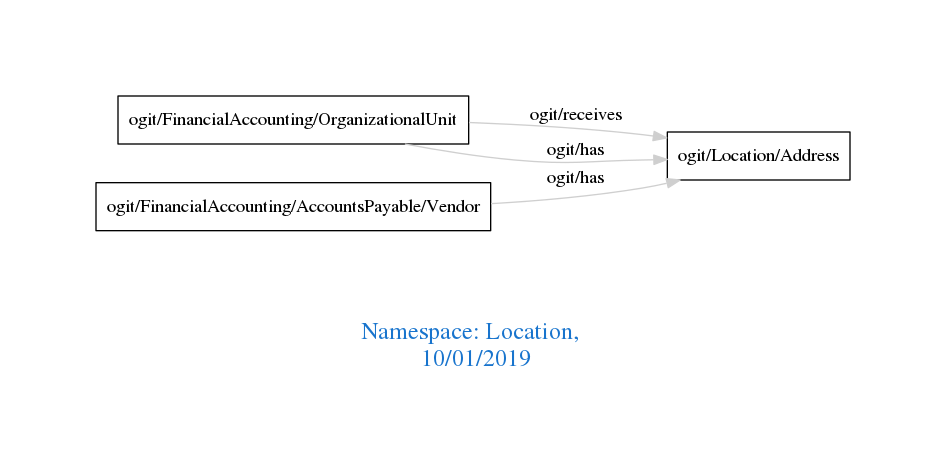
The Graphviz diagram downloads/Location.png in arago/OGIT, before a commit. Its source is kept beside it as downloads/Location.dot.
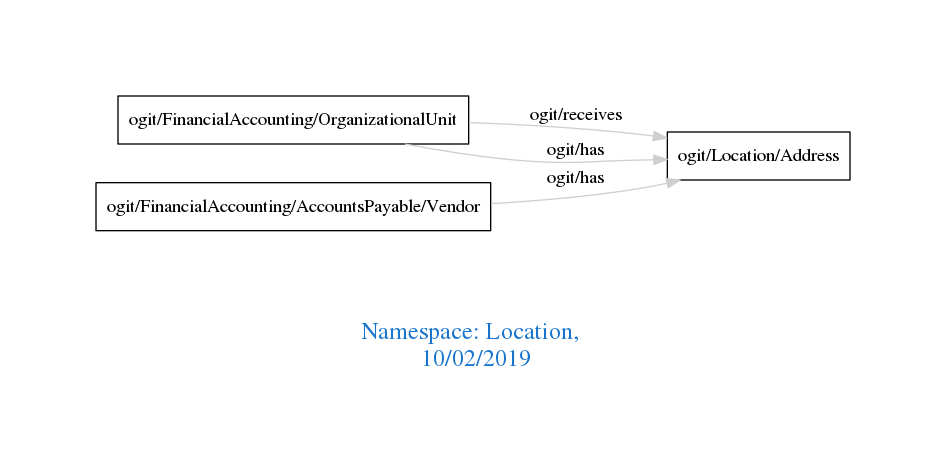
Later version of the same file.

Diff of the diagram source:
```diff
@@ -1,7 +1,7 @@
 digraph OGIT_ontology {
  graph [ rankdir= LR,pad=1
 fontsize = 18,
-fontcolor= dodgerblue3,label = "\n\n\nNamespace: Location, \n 10/01/2019"];
+fontcolor= dodgerblue3,label = "\n\n\nNamespace: Location, \n 10/02/2019"];
 node[shape=polygon];
 edge [  color="gray81"];
 
```
